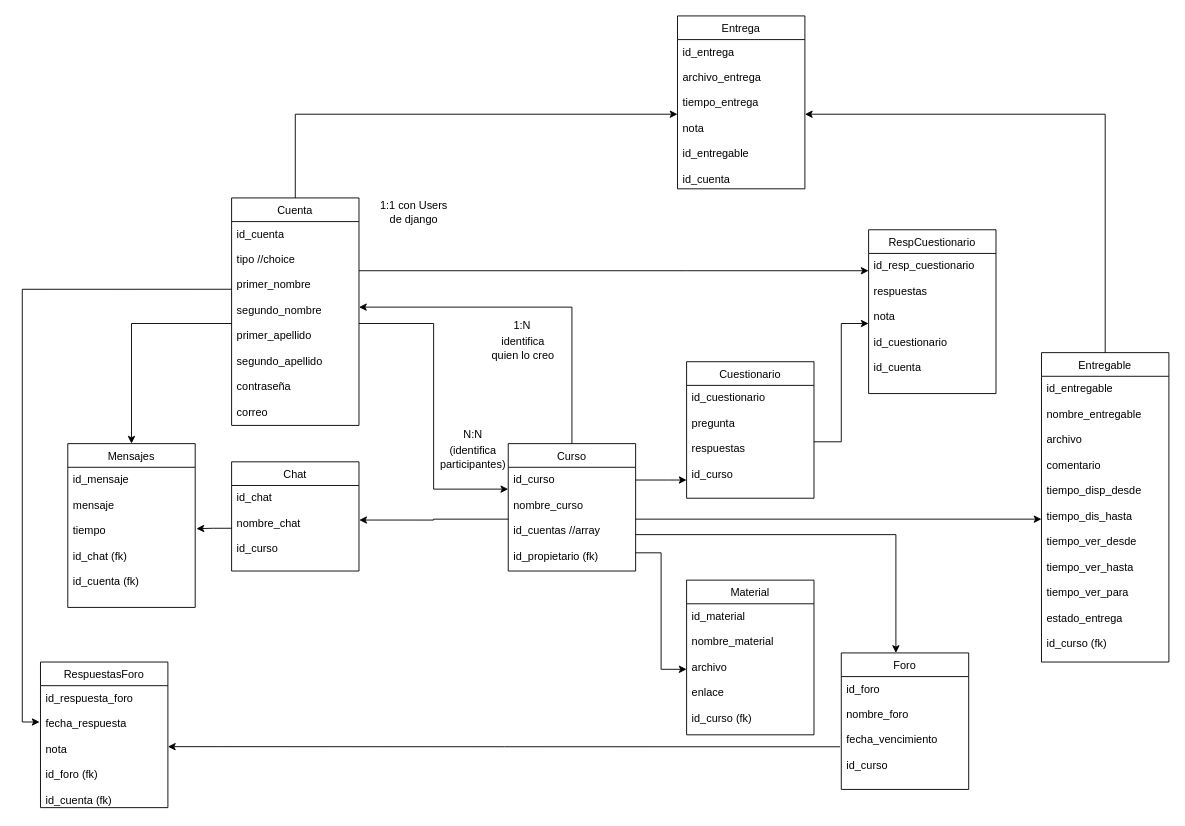
Before: UML.drawio in HanzelxD778/cs50w-project4, a draw.io diagram. Source tidied: cells renumbered, new cells numbered last; positions are measured from the earlier drawing's top-left corner, leaving out a move shared by most shapes. Both pictures are drawn from the tidied source at 91%, with x=0, y=0 at pixel (40, 15).
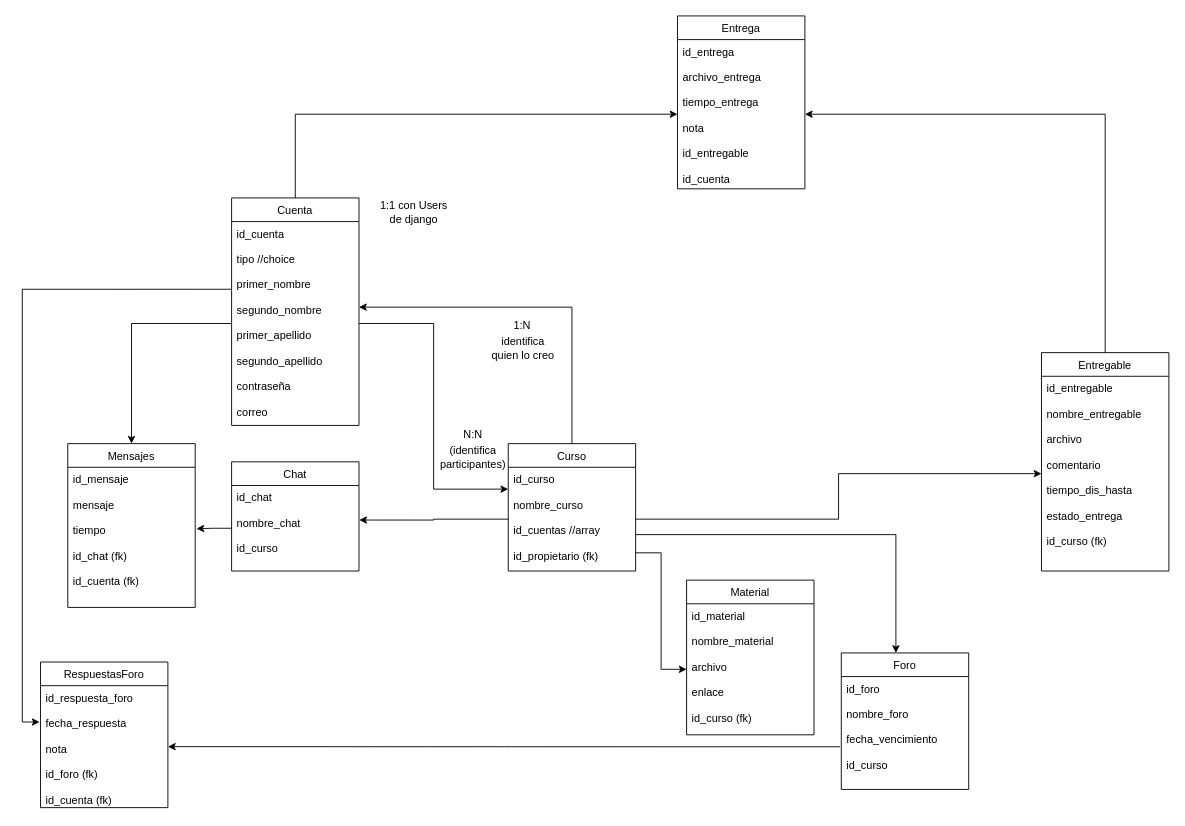
The same diagram, later.

Unchanged cells that the change refers to:
```xml
<mxCell id="5" value="id_cuenta&#10;&#10;tipo //choice&#10;&#10;primer_nombre&#10;&#10;segundo_nombre&#10;&#10;primer_apellido&#10;&#10;segundo_apellido&#10;&#10;contraseña&#10;&#10;correo" style="text;strokeColor=none;fillColor=none;align=left;verticalAlign=top;spacingLeft=4;spacingRight=4;overflow=hidden;points=[[0,0.5],[1,0.5]];portConstraint=eastwest;" parent="4" vertex="1">
  <mxGeometry y="26" width="140" height="224" as="geometry" />
</mxCell>
<mxCell id="19" value="id_curso &#10;&#10;nombre_curso&#10;&#10;id_cuentas //array&#10;&#10;id_propietario (fk)" style="text;strokeColor=none;fillColor=none;align=left;verticalAlign=top;spacingLeft=4;spacingRight=4;overflow=hidden;points=[[0,0.5],[1,0.5]];portConstraint=eastwest;" parent="18" vertex="1">
  <mxGeometry y="26" width="140" height="114" as="geometry" />
</mxCell>
```

Diff of the diagram source:
```diff
@@
     <mxCell id="11" value="Entregable" style="swimlane;fontStyle=0;horizontal=1;startSize=26;fillColor=none;" parent="1" vertex="1">
-      <mxGeometry x="1100" y="370" width="140" height="340" as="geometry" />
+      <mxGeometry x="1100" y="370" width="140" height="240" as="geometry" />
     </mxCell>
-    <mxCell id="12" value="id_entregable&#10;&#10;nombre_entregable&#10;&#10;archivo&#10;&#10;comentario&#10;&#10;tiempo_disp_desde&#10;&#10;tiempo_dis_hasta&#10;&#10;tiempo_ver_desde&#10;&#10;tiempo_ver_hasta&#10;&#10;tiempo_ver_para&#10;&#10;estado_entrega&#10;&#10;id_curso (fk)" style="text;strokeColor=none;fillColor=none;align=left;verticalAlign=top;spacingLeft=4;spacingRight=4;overflow=hidden;points=[[0,0.5],[1,0.5]];portConstraint=eastwest;" parent="11" vertex="1">
-      <mxGeometry y="26" width="140" height="314" as="geometry" />
+    <mxCell id="12" value="id_entregable&#10;&#10;nombre_entregable&#10;&#10;archivo&#10;&#10;comentario&#10;&#10;tiempo_dis_hasta&#10;&#10;estado_entrega&#10;&#10;id_curso (fk)" style="text;strokeColor=none;fillColor=none;align=left;verticalAlign=top;spacingLeft=4;spacingRight=4;overflow=hidden;points=[[0,0.5],[1,0.5]];portConstraint=eastwest;" parent="11" vertex="1">
+      <mxGeometry y="26" width="140" height="214" as="geometry" />
     </mxCell>
@@
-    <mxCell id="32" value="Cuestionario" style="swimlane;fontStyle=0;horizontal=1;startSize=26;fillColor=none;" parent="1" vertex="1">
-      <mxGeometry x="710" y="380" width="140" height="150" as="geometry" />
-    </mxCell>
-    <mxCell id="33" value="id_cuestionario&#10;&#10;pregunta&#10;&#10;respuestas&#10;&#10;id_curso &#10;&#10;" style="text;strokeColor=none;fillColor=none;align=left;verticalAlign=top;spacingLeft=4;spacingRight=4;overflow=hidden;points=[[0,0.5],[1,0.5]];portConstraint=eastwest;" parent="32" vertex="1">
-      <mxGeometry y="26" width="140" height="124" as="geometry" />
-    </mxCell>
-    <mxCell id="34" style="edgeStyle=orthogonalEdgeStyle;rounded=0;jettySize=auto;html=1;" parent="1" edge="1" source="19" target="33">
-      <mxGeometry relative="1" as="geometry">
-        <Array as="points">
-          <mxPoint x="690" y="510" />
-          <mxPoint x="690" y="510" />
-        </Array>
-      </mxGeometry>
-    </mxCell>
-    <mxCell id="35" value="RespCuestionario" style="swimlane;fontStyle=0;horizontal=1;startSize=26;fillColor=none;" parent="1" vertex="1">
-      <mxGeometry x="910" y="235" width="140" height="180" as="geometry" />
-    </mxCell>
-    <mxCell id="36" value="id_resp_cuestionario&#10;&#10;respuestas&#10;&#10;nota&#10;&#10;id_cuestionario&#10;&#10;id_cuenta &#10;&#10;" style="text;strokeColor=none;fillColor=none;align=left;verticalAlign=top;spacingLeft=4;spacingRight=4;overflow=hidden;points=[[0,0.5],[1,0.5]];portConstraint=eastwest;" parent="35" vertex="1">
-      <mxGeometry y="26" width="140" height="154" as="geometry" />
-    </mxCell>
@@
-    <mxCell id="41" style="edgeStyle=orthogonalEdgeStyle;rounded=0;jettySize=auto;html=1;entryX=0;entryY=0.5;entryDx=0;entryDy=0;" parent="1" edge="1" source="33" target="36">
-      <mxGeometry relative="1" as="geometry" />
-    </mxCell>
-    <mxCell id="42" style="edgeStyle=orthogonalEdgeStyle;rounded=0;jettySize=auto;html=1;" parent="1" edge="1" source="5" target="36">
-      <mxGeometry relative="1" as="geometry">
-        <Array as="points">
-          <mxPoint x="710" y="280" />
-          <mxPoint x="710" y="280" />
-        </Array>
-      </mxGeometry>
-    </mxCell>
```
